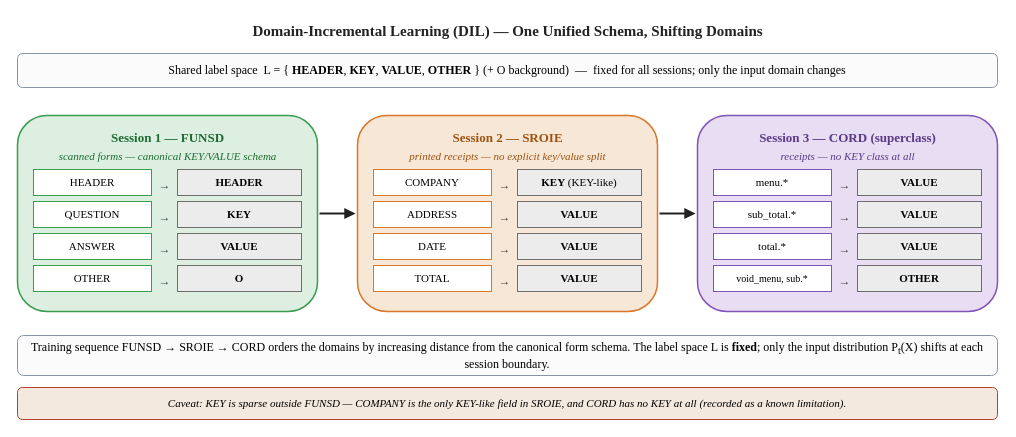
hoangthanh283/CLUE keeps this draw.io diagram as thesis/figures_src/drawio/scenario_dil.drawio. Above is the earlier version. Source tidied: cells renumbered, new cells numbered last; positions are measured from the earlier drawing's top-left corner, leaving out a move shared by most shapes. Both pictures are drawn from the tidied source at 100%, with x=0, y=0 at pixel (17, 17).
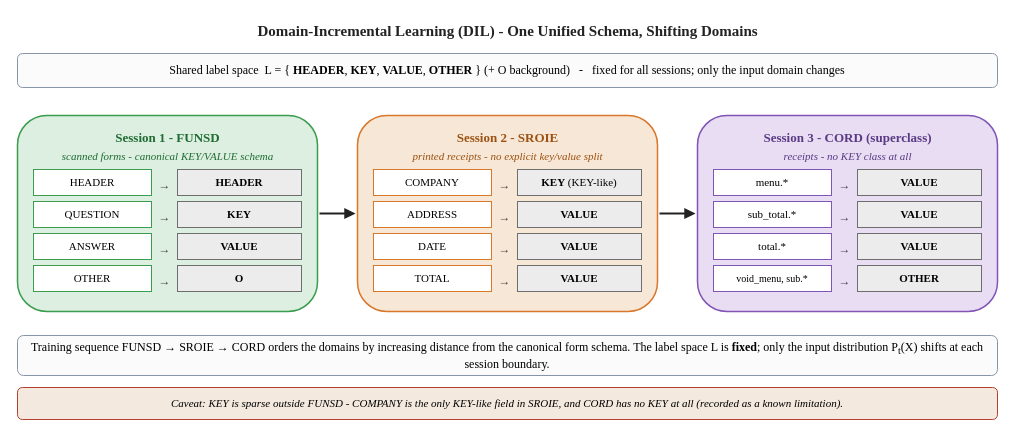
The same diagram, later.

What changed in the source:
```diff
@@
-    <mxCell id="2" value="Domain-Incremental Learning (DIL) — One Unified Schema, Shifting Domains" style="text;html=1;align=center;verticalAlign=middle;fontFamily=Times New Roman;fontSize=15;fontStyle=1;fontColor=#222222;" parent="1" vertex="1">
+    <mxCell id="2" value="Domain-Incremental Learning (DIL) - One Unified Schema, Shifting Domains" style="text;html=1;align=center;verticalAlign=middle;fontFamily=Times New Roman;fontSize=15;fontStyle=1;fontColor=#222222;" parent="1" vertex="1">
       <mxGeometry x="40" width="900" height="26" as="geometry" />
     </mxCell>
-    <mxCell id="3" value="Shared label space&amp;nbsp; L = { &lt;b&gt;HEADER&lt;/b&gt;, &lt;b&gt;KEY&lt;/b&gt;, &lt;b&gt;VALUE&lt;/b&gt;, &lt;b&gt;OTHER&lt;/b&gt; } (+ O background) &amp;nbsp;—&amp;nbsp; fixed for all sessions; only the input domain changes" style="rounded=1;whiteSpace=wrap;html=1;fillColor=#FBFBFB;strokeColor=#8895A6;fontFamily=Times New Roman;fontSize=12;" parent="1" vertex="1">
+    <mxCell id="3" value="Shared label space&amp;nbsp; L = { &lt;b&gt;HEADER&lt;/b&gt;, &lt;b&gt;KEY&lt;/b&gt;, &lt;b&gt;VALUE&lt;/b&gt;, &lt;b&gt;OTHER&lt;/b&gt; } (+ O background) &amp;nbsp; - &amp;nbsp; fixed for all sessions; only the input domain changes" style="rounded=1;whiteSpace=wrap;html=1;fillColor=#FBFBFB;strokeColor=#8895A6;fontFamily=Times New Roman;fontSize=12;" parent="1" vertex="1">
       <mxGeometry y="36" width="980" height="34" as="geometry" />
     </mxCell>
@@
-    <mxCell id="5" value="Session 1 — FUNSD" style="text;html=1;align=center;fontFamily=Times New Roman;fontSize=13;fontStyle=1;fontColor=#1F6B33;" parent="1" vertex="1">
+    <mxCell id="5" value="Session 1 - FUNSD" style="text;html=1;align=center;fontFamily=Times New Roman;fontSize=13;fontStyle=1;fontColor=#1F6B33;" parent="1" vertex="1">
       <mxGeometry x="10" y="106" width="280" height="20" as="geometry" />
     </mxCell>
-    <mxCell id="6" value="scanned forms — canonical KEY/VALUE schema" style="text;html=1;align=center;fontFamily=Times New Roman;fontSize=11;fontStyle=2;fontColor=#1F6B33;" parent="1" vertex="1">
+    <mxCell id="6" value="scanned forms - canonical KEY/VALUE schema" style="text;html=1;align=center;fontFamily=Times New Roman;fontSize=11;fontStyle=2;fontColor=#1F6B33;" parent="1" vertex="1">
       <mxGeometry x="10" y="126" width="280" height="16" as="geometry" />
     </mxCell>
@@
-    <mxCell id="20" value="Session 2 — SROIE" style="text;html=1;align=center;fontFamily=Times New Roman;fontSize=13;fontStyle=1;fontColor=#9C5212;" parent="1" vertex="1">
+    <mxCell id="20" value="Session 2 - SROIE" style="text;html=1;align=center;fontFamily=Times New Roman;fontSize=13;fontStyle=1;fontColor=#9C5212;" parent="1" vertex="1">
       <mxGeometry x="350" y="106" width="280" height="20" as="geometry" />
     </mxCell>
-    <mxCell id="21" value="printed receipts — no explicit key/value split" style="text;html=1;align=center;fontFamily=Times New Roman;fontSize=11;fontStyle=2;fontColor=#9C5212;" parent="1" vertex="1">
+    <mxCell id="21" value="printed receipts - no explicit key/value split" style="text;html=1;align=center;fontFamily=Times New Roman;fontSize=11;fontStyle=2;fontColor=#9C5212;" parent="1" vertex="1">
       <mxGeometry x="350" y="126" width="280" height="16" as="geometry" />
     </mxCell>
@@
-    <mxCell id="35" value="Session 3 — CORD (superclass)" style="text;html=1;align=center;fontFamily=Times New Roman;fontSize=13;fontStyle=1;fontColor=#5B3A85;" parent="1" vertex="1">
+    <mxCell id="35" value="Session 3 - CORD (superclass)" style="text;html=1;align=center;fontFamily=Times New Roman;fontSize=13;fontStyle=1;fontColor=#5B3A85;" parent="1" vertex="1">
       <mxGeometry x="690" y="106" width="280" height="20" as="geometry" />
     </mxCell>
-    <mxCell id="36" value="receipts — no KEY class at all" style="text;html=1;align=center;fontFamily=Times New Roman;fontSize=11;fontStyle=2;fontColor=#5B3A85;" parent="1" vertex="1">
+    <mxCell id="36" value="receipts - no KEY class at all" style="text;html=1;align=center;fontFamily=Times New Roman;fontSize=11;fontStyle=2;fontColor=#5B3A85;" parent="1" vertex="1">
       <mxGeometry x="690" y="126" width="280" height="16" as="geometry" />
     </mxCell>
@@
-    <mxCell id="52" value="Caveat: KEY is sparse outside FUNSD — COMPANY is the only KEY-like field in SROIE, and CORD has no KEY at all (recorded as a known limitation)." style="rounded=1;whiteSpace=wrap;html=1;fillColor=#F3E9DE;strokeColor=#B3402F;fontFamily=Times New Roman;fontSize=11;fontStyle=2;" parent="1" vertex="1">
+    <mxCell id="52" value="Caveat: KEY is sparse outside FUNSD - COMPANY is the only KEY-like field in SROIE, and CORD has no KEY at all (recorded as a known limitation)." style="rounded=1;whiteSpace=wrap;html=1;fillColor=#F3E9DE;strokeColor=#B3402F;fontFamily=Times New Roman;fontSize=11;fontStyle=2;" parent="1" vertex="1">
       <mxGeometry y="370" width="980" height="32" as="geometry" />
     </mxCell>
```
